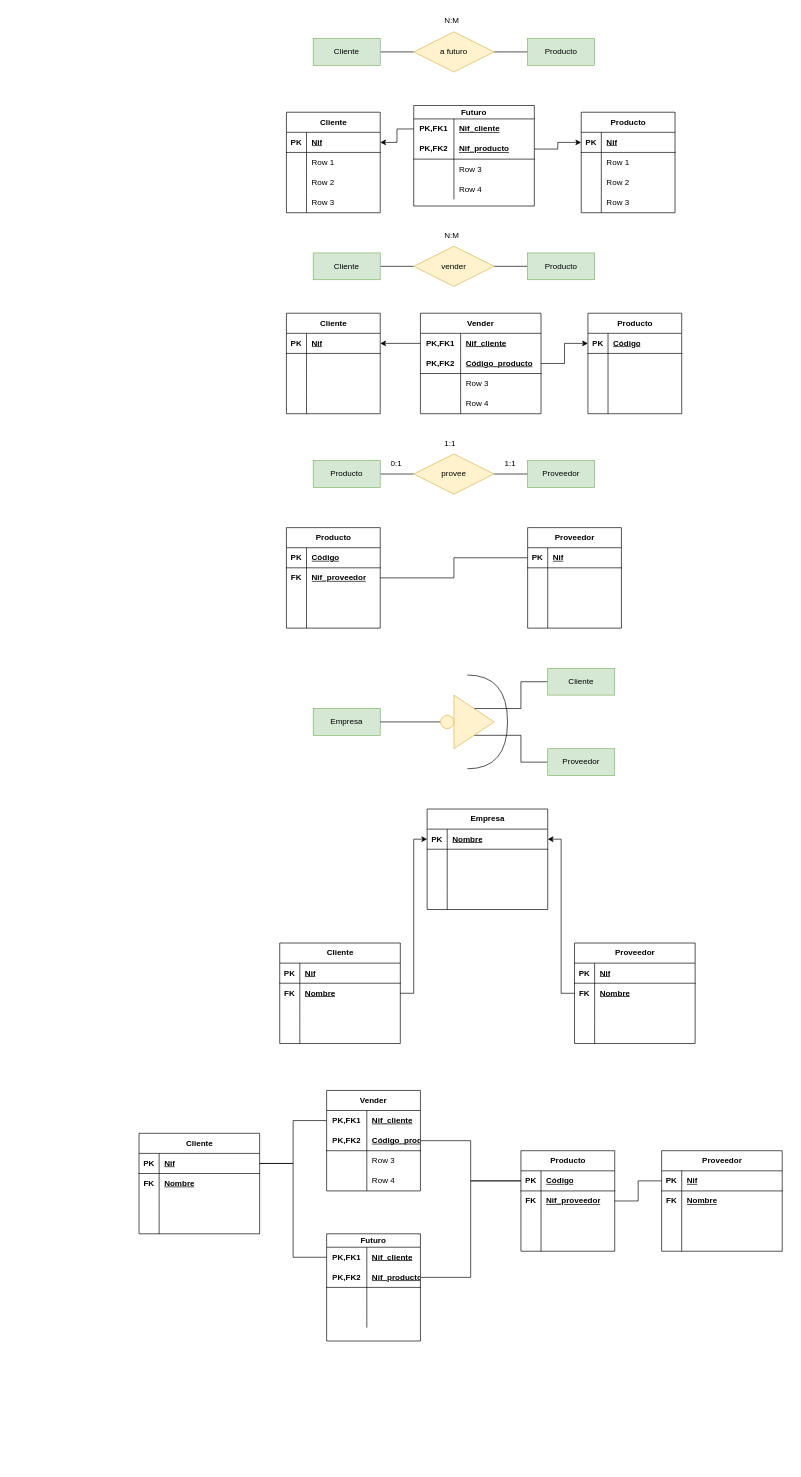
jdrguez/2-Daw keeps this draw.io diagram as Unidad-1/Tareas/Tarea-empresa/empresa.drawio. Above is the earlier version. Source tidied: cells renumbered, new cells numbered last; positions are measured from the earlier drawing's top-left corner, leaving out a move shared by most shapes. Both pictures are drawn from the tidied source at 67%, with x=0, y=0 at pixel (139, 11).
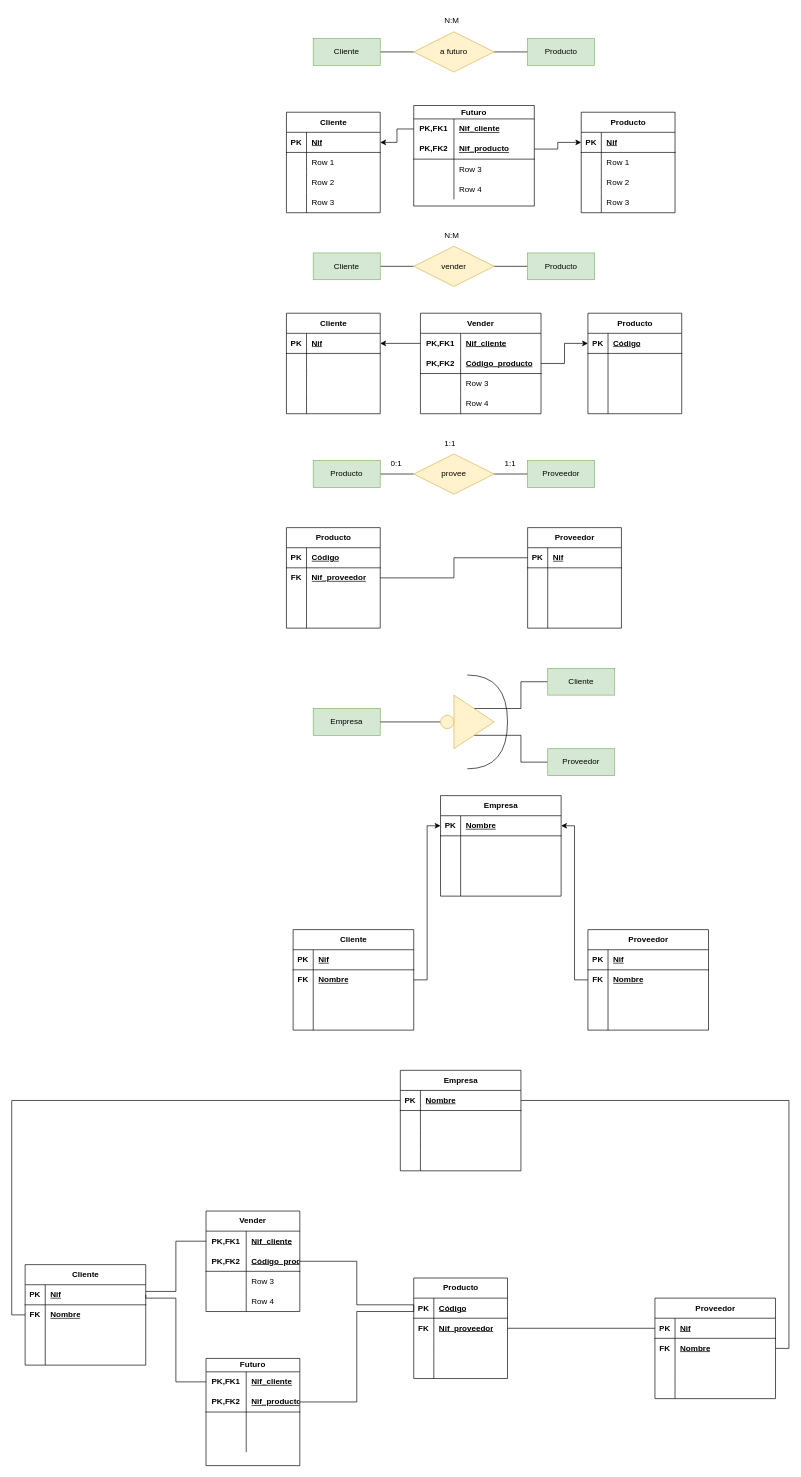
Above is the later version.

Unchanged cells that the change refers to:
```xml
<mxCell id="183" style="shape=tableRow;horizontal=0;startSize=0;swimlaneHead=0;swimlaneBody=0;fillColor=none;points=[[0,0.5],[1,0.5]];portConstraint=eastwest;top=0;left=0;right=0;bottom=1;" parent="182" vertex="1">
  <mxGeometry y="30" width="140" height="30" as="geometry" />
</mxCell>
<mxCell id="199" style="shape=tableRow;horizontal=0;startSize=0;swimlaneHead=0;swimlaneBody=0;fillColor=none;points=[[0,0.5],[1,0.5]];portConstraint=eastwest;top=0;left=0;right=0;bottom=0;" parent="195" vertex="1">
  <mxGeometry y="60" width="180" height="30" as="geometry" />
</mxCell>
<mxCell id="223" style="shape=tableRow;horizontal=0;startSize=0;swimlaneHead=0;swimlaneBody=0;fillColor=none;points=[[0,0.5],[1,0.5]];portConstraint=eastwest;top=0;left=0;right=0;bottom=0;html=1;" parent="222" vertex="1">
  <mxGeometry y="30" width="140" height="30" as="geometry" />
</mxCell>
<mxCell id="226" style="shape=tableRow;horizontal=0;startSize=0;swimlaneHead=0;swimlaneBody=0;fillColor=none;points=[[0,0.5],[1,0.5]];portConstraint=eastwest;top=0;left=0;right=0;bottom=1;html=1;" parent="222" vertex="1">
  <mxGeometry y="60" width="140" height="30" as="geometry" />
</mxCell>
<mxCell id="236" style="shape=tableRow;horizontal=0;startSize=0;swimlaneHead=0;swimlaneBody=0;fillColor=none;points=[[0,0.5],[1,0.5]];portConstraint=eastwest;top=0;left=0;right=0;bottom=0;html=1;" parent="235" vertex="1">
  <mxGeometry y="20" width="140" height="30" as="geometry" />
</mxCell>
<mxCell id="239" style="shape=tableRow;horizontal=0;startSize=0;swimlaneHead=0;swimlaneBody=0;fillColor=none;points=[[0,0.5],[1,0.5]];portConstraint=eastwest;top=0;left=0;right=0;bottom=1;html=1;" parent="235" vertex="1">
  <mxGeometry y="50" width="140" height="30" as="geometry" />
</mxCell>
```

Change to the diagram source:
```diff
@@
     <mxCell id="141" value="Empresa" style="shape=table;startSize=30;childLayout=tableLayout;rowLines=0;fontStyle=1;align=center;html=1;" parent="1" vertex="1">
-      <mxGeometry x="430" y="1190" width="180" height="150" as="geometry" />
+      <mxGeometry x="450" y="1170" width="180" height="150" as="geometry" />
     </mxCell>
@@
     <mxCell id="154" value="Cliente" style="shape=table;startSize=30;childLayout=tableLayout;rowLines=0;fontStyle=1;align=center;html=1;" parent="1" vertex="1">
-      <mxGeometry x="210" y="1390" width="180" height="150" as="geometry" />
+      <mxGeometry x="230" y="1370" width="180" height="150" as="geometry" />
     </mxCell>
@@
     <mxCell id="167" value="Proveedor" style="shape=table;startSize=30;childLayout=tableLayout;rowLines=0;fontStyle=1;align=center;html=1;" parent="1" vertex="1">
-      <mxGeometry x="650" y="1390" width="180" height="150" as="geometry" />
+      <mxGeometry x="670" y="1370" width="180" height="150" as="geometry" />
     </mxCell>
@@
     <mxCell id="182" value="Producto" style="shape=table;startSize=30;childLayout=tableLayout;rowLines=0;fontStyle=1;align=center;html=1;" parent="1" vertex="1">
-      <mxGeometry x="570" y="1700" width="140" height="150" as="geometry" />
+      <mxGeometry x="410" y="1890" width="140" height="150" as="geometry" />
     </mxCell>
@@
     <mxCell id="195" value="Proveedor" style="shape=table;startSize=30;childLayout=tableLayout;rowLines=0;fontStyle=1;align=center;html=1;" parent="1" vertex="1">
-      <mxGeometry x="780" y="1700" width="180" height="150" as="geometry" />
+      <mxGeometry x="770" y="1920" width="180" height="150" as="geometry" />
     </mxCell>
@@
-    <mxCell id="209" value="Cliente" style="shape=table;startSize=30;childLayout=tableLayout;rowLines=0;fontStyle=1;align=center;html=1;" parent="1" vertex="1">
-      <mxGeometry y="1674" width="180" height="150" as="geometry" />
-    </mxCell>
-    <mxCell id="210" style="shape=tableRow;horizontal=0;startSize=0;swimlaneHead=0;swimlaneBody=0;fillColor=none;points=[[0,0.5],[1,0.5]];portConstraint=eastwest;top=0;left=0;right=0;bottom=1;" parent="209" vertex="1">
-      <mxGeometry y="30" width="180" height="30" as="geometry" />
-    </mxCell>
-    <mxCell id="211" value="PK" style="shape=partialRectangle;fillColor=none;top=0;left=0;bottom=0;right=0;fontStyle=1;overflow=hidden;whiteSpace=wrap;html=1;" parent="210" vertex="1">
-      <mxGeometry width="30" height="30" as="geometry" />
-    </mxCell>
-    <mxCell id="212" value="Nif" style="shape=partialRectangle;fillColor=none;top=0;left=0;bottom=0;right=0;align=left;spacingLeft=6;fontStyle=5;overflow=hidden;whiteSpace=wrap;html=1;" parent="210" vertex="1">
-      <mxGeometry x="30" width="150" height="30" as="geometry" />
-    </mxCell>
-    <mxCell id="213" style="shape=tableRow;horizontal=0;startSize=0;swimlaneHead=0;swimlaneBody=0;fillColor=none;top=0;left=0;right=0;bottom=0;" parent="209" vertex="1">
-      <mxGeometry y="60" width="180" height="30" as="geometry" />
-    </mxCell>
-    <mxCell id="214" value="&lt;b&gt;FK&lt;/b&gt;" style="shape=partialRectangle;fillColor=none;top=0;left=0;bottom=0;right=0;overflow=hidden;whiteSpace=wrap;html=1;" parent="213" vertex="1">
-      <mxGeometry width="30" height="30" as="geometry" />
-    </mxCell>
-    <mxCell id="215" value="&lt;b&gt;&lt;u&gt;Nombre&lt;/u&gt;&lt;/b&gt;" style="shape=partialRectangle;fillColor=none;top=0;left=0;bottom=0;right=0;align=left;spacingLeft=6;overflow=hidden;whiteSpace=wrap;html=1;" parent="213" vertex="1">
-      <mxGeometry x="30" width="150" height="30" as="geometry" />
-    </mxCell>
-    <mxCell id="216" style="shape=tableRow;horizontal=0;startSize=0;swimlaneHead=0;swimlaneBody=0;fillColor=none;top=0;left=0;right=0;bottom=0;" parent="209" vertex="1">
-      <mxGeometry y="90" width="180" height="30" as="geometry" />
-    </mxCell>
-    <mxCell id="217" style="shape=partialRectangle;fillColor=none;top=0;left=0;bottom=0;right=0;overflow=hidden;whiteSpace=wrap;html=1;" parent="216" vertex="1">
-      <mxGeometry width="30" height="30" as="geometry" />
-    </mxCell>
-    <mxCell id="218" style="shape=partialRectangle;fillColor=none;top=0;left=0;bottom=0;right=0;align=left;spacingLeft=6;overflow=hidden;whiteSpace=wrap;html=1;" parent="216" vertex="1">
-      <mxGeometry x="30" width="150" height="30" as="geometry" />
-    </mxCell>
-    <mxCell id="219" style="shape=tableRow;horizontal=0;startSize=0;swimlaneHead=0;swimlaneBody=0;fillColor=none;top=0;left=0;right=0;bottom=0;" parent="209" vertex="1">
-      <mxGeometry y="120" width="180" height="30" as="geometry" />
-    </mxCell>
-    <mxCell id="220" style="shape=partialRectangle;fillColor=none;top=0;left=0;bottom=0;right=0;overflow=hidden;whiteSpace=wrap;html=1;" parent="219" vertex="1">
-      <mxGeometry width="30" height="30" as="geometry" />
-    </mxCell>
-    <mxCell id="221" style="shape=partialRectangle;fillColor=none;top=0;left=0;bottom=0;right=0;align=left;spacingLeft=6;overflow=hidden;whiteSpace=wrap;html=1;" parent="219" vertex="1">
-      <mxGeometry x="30" width="150" height="30" as="geometry" />
-    </mxCell>
     <mxCell id="222" value="Vender" style="shape=table;startSize=30;childLayout=tableLayout;rowLines=0;fontStyle=1;align=center;html=1;whiteSpace=wrap;" parent="1" vertex="1">
-      <mxGeometry x="280" y="1610" width="140" height="150" as="geometry" />
+      <mxGeometry x="100" y="1790" width="140" height="150" as="geometry" />
     </mxCell>
@@
     <mxCell id="235" value="Futuro" style="shape=table;startSize=20;childLayout=tableLayout;rowLines=0;fontStyle=1;align=center;html=1;whiteSpace=wrap;" parent="1" vertex="1">
-      <mxGeometry x="280" y="1824" width="140" height="160" as="geometry" />
+      <mxGeometry x="100" y="2010" width="140" height="160" as="geometry" />
     </mxCell>
@@
-    <mxCell id="248" style="edgeStyle=orthogonalEdgeStyle;rounded=0;jettySize=auto;html=1;exitX=1;exitY=0.5;exitDx=0;exitDy=0;entryX=0;entryY=0.5;entryDx=0;entryDy=0;endArrow=none;endFill=0;" parent="1" edge="1" source="210" target="223">
-      <mxGeometry relative="1" as="geometry" />
-    </mxCell>
-    <mxCell id="249" style="edgeStyle=orthogonalEdgeStyle;rounded=0;jettySize=auto;html=1;exitX=1;exitY=0.5;exitDx=0;exitDy=0;entryX=0;entryY=0.5;entryDx=0;entryDy=0;endArrow=none;endFill=0;" parent="1" edge="1" source="210" target="236">
-      <mxGeometry relative="1" as="geometry" />
-    </mxCell>
     <mxCell id="250" style="edgeStyle=orthogonalEdgeStyle;rounded=0;jettySize=auto;html=1;exitX=1;exitY=0.5;exitDx=0;exitDy=0;entryX=0;entryY=0.5;entryDx=0;entryDy=0;endArrow=none;endFill=0;" parent="1" edge="1" source="226" target="183">
-      <mxGeometry relative="1" as="geometry" />
+      <mxGeometry relative="1" as="geometry">
+        <Array as="points">
+          <mxPoint x="325" y="1865" />
+          <mxPoint x="325" y="1930" />
+          <mxPoint x="410" y="1930" />
+        </Array>
+      </mxGeometry>
     </mxCell>
     <mxCell id="251" style="edgeStyle=orthogonalEdgeStyle;rounded=0;jettySize=auto;html=1;exitX=1;exitY=0.5;exitDx=0;exitDy=0;entryX=0;entryY=0.5;entryDx=0;entryDy=0;endArrow=none;endFill=0;" parent="1" edge="1" source="239" target="183">
-      <mxGeometry relative="1" as="geometry" />
+      <mxGeometry relative="1" as="geometry">
+        <Array as="points">
+          <mxPoint x="325" y="2075" />
+          <mxPoint x="325" y="1940" />
+          <mxPoint x="410" y="1940" />
+        </Array>
+      </mxGeometry>
     </mxCell>
+    <mxCell id="252" value="Empresa" style="shape=table;startSize=30;childLayout=tableLayout;rowLines=0;fontStyle=1;align=center;html=1;" parent="1" vertex="1">
+      <mxGeometry x="390" y="1580" width="180" height="150" as="geometry" />
+    </mxCell>
+    <mxCell id="253" style="shape=tableRow;horizontal=0;startSize=0;swimlaneHead=0;swimlaneBody=0;fillColor=none;points=[[0,0.5],[1,0.5]];portConstraint=eastwest;top=0;left=0;right=0;bottom=1;" parent="252" vertex="1">
+      <mxGeometry y="30" width="180" height="30" as="geometry" />
+    </mxCell>
+    <mxCell id="254" value="PK" style="shape=partialRectangle;fillColor=none;top=0;left=0;bottom=0;right=0;fontStyle=1;overflow=hidden;whiteSpace=wrap;html=1;" parent="253" vertex="1">
+      <mxGeometry width="30" height="30" as="geometry" />
+    </mxCell>
+    <mxCell id="255" value="Nombre" style="shape=partialRectangle;fillColor=none;top=0;left=0;bottom=0;right=0;align=left;spacingLeft=6;fontStyle=5;overflow=hidden;whiteSpace=wrap;html=1;" parent="253" vertex="1">
+      <mxGeometry x="30" width="150" height="30" as="geometry" />
+    </mxCell>
+    <mxCell id="256" style="shape=tableRow;horizontal=0;startSize=0;swimlaneHead=0;swimlaneBody=0;fillColor=none;top=0;left=0;right=0;bottom=0;" parent="252" vertex="1">
+      <mxGeometry y="60" width="180" height="30" as="geometry" />
+    </mxCell>
+    <mxCell id="257" style="shape=partialRectangle;fillColor=none;top=0;left=0;bottom=0;right=0;overflow=hidden;whiteSpace=wrap;html=1;" parent="256" vertex="1">
+      <mxGeometry width="30" height="30" as="geometry" />
+    </mxCell>
+    <mxCell id="258" style="shape=partialRectangle;fillColor=none;top=0;left=0;bottom=0;right=0;align=left;spacingLeft=6;overflow=hidden;whiteSpace=wrap;html=1;" parent="256" vertex="1">
+      <mxGeometry x="30" width="150" height="30" as="geometry" />
+    </mxCell>
+    <mxCell id="259" style="shape=tableRow;horizontal=0;startSize=0;swimlaneHead=0;swimlaneBody=0;fillColor=none;top=0;left=0;right=0;bottom=0;" parent="252" vertex="1">
+      <mxGeometry y="90" width="180" height="30" as="geometry" />
+    </mxCell>
+    <mxCell id="260" style="shape=partialRectangle;fillColor=none;top=0;left=0;bottom=0;right=0;overflow=hidden;whiteSpace=wrap;html=1;" parent="259" vertex="1">
+      <mxGeometry width="30" height="30" as="geometry" />
+    </mxCell>
+    <mxCell id="261" style="shape=partialRectangle;fillColor=none;top=0;left=0;bottom=0;right=0;align=left;spacingLeft=6;overflow=hidden;whiteSpace=wrap;html=1;" parent="259" vertex="1">
+      <mxGeometry x="30" width="150" height="30" as="geometry" />
+    </mxCell>
+    <mxCell id="262" style="shape=tableRow;horizontal=0;startSize=0;swimlaneHead=0;swimlaneBody=0;fillColor=none;top=0;left=0;right=0;bottom=0;" parent="252" vertex="1">
+      <mxGeometry y="120" width="180" height="30" as="geometry" />
+    </mxCell>
+    <mxCell id="263" style="shape=partialRectangle;fillColor=none;top=0;left=0;bottom=0;right=0;overflow=hidden;whiteSpace=wrap;html=1;" parent="262" vertex="1">
+      <mxGeometry width="30" height="30" as="geometry" />
+    </mxCell>
+    <mxCell id="264" style="shape=partialRectangle;fillColor=none;top=0;left=0;bottom=0;right=0;align=left;spacingLeft=6;overflow=hidden;whiteSpace=wrap;html=1;" parent="262" vertex="1">
+      <mxGeometry x="30" width="150" height="30" as="geometry" />
+    </mxCell>
+    <mxCell id="209" value="Cliente" style="shape=table;startSize=30;childLayout=tableLayout;rowLines=0;fontStyle=1;align=center;html=1;" parent="1" vertex="1">
+      <mxGeometry x="-170" y="1870" width="180" height="150" as="geometry" />
+    </mxCell>
+    <mxCell id="265" style="shape=tableRow;horizontal=0;startSize=0;swimlaneHead=0;swimlaneBody=0;fillColor=none;points=[[0,0.5],[1,0.5]];portConstraint=eastwest;top=0;left=0;right=0;bottom=1;" parent="209" vertex="1">
+      <mxGeometry y="30" width="180" height="30" as="geometry" />
+    </mxCell>
+    <mxCell id="266" value="PK" style="shape=partialRectangle;fillColor=none;top=0;left=0;bottom=0;right=0;fontStyle=1;overflow=hidden;whiteSpace=wrap;html=1;" parent="265" vertex="1">
+      <mxGeometry width="30" height="30" as="geometry" />
+    </mxCell>
+    <mxCell id="212" value="Nif" style="shape=partialRectangle;fillColor=none;top=0;left=0;bottom=0;right=0;align=left;spacingLeft=6;fontStyle=5;overflow=hidden;whiteSpace=wrap;html=1;" parent="265" vertex="1">
+      <mxGeometry x="30" width="150" height="30" as="geometry" />
+    </mxCell>
+    <mxCell id="267" style="shape=tableRow;horizontal=0;startSize=0;swimlaneHead=0;swimlaneBody=0;fillColor=none;points=[[0,0.5],[1,0.5]];portConstraint=eastwest;top=0;left=0;right=0;bottom=0;" parent="209" vertex="1">
+      <mxGeometry y="60" width="180" height="30" as="geometry" />
+    </mxCell>
+    <mxCell id="214" value="&lt;b&gt;FK&lt;/b&gt;" style="shape=partialRectangle;fillColor=none;top=0;left=0;bottom=0;right=0;overflow=hidden;whiteSpace=wrap;html=1;" parent="267" vertex="1">
+      <mxGeometry width="30" height="30" as="geometry" />
+    </mxCell>
+    <mxCell id="215" value="&lt;b&gt;&lt;u&gt;Nombre&lt;/u&gt;&lt;/b&gt;" style="shape=partialRectangle;fillColor=none;top=0;left=0;bottom=0;right=0;align=left;spacingLeft=6;overflow=hidden;whiteSpace=wrap;html=1;" parent="267" vertex="1">
+      <mxGeometry x="30" width="150" height="30" as="geometry" />
+    </mxCell>
+    <mxCell id="268" style="shape=tableRow;horizontal=0;startSize=0;swimlaneHead=0;swimlaneBody=0;fillColor=none;top=0;left=0;right=0;bottom=0;" parent="209" vertex="1">
+      <mxGeometry y="90" width="180" height="30" as="geometry" />
+    </mxCell>
+    <mxCell id="269" style="shape=partialRectangle;fillColor=none;top=0;left=0;bottom=0;right=0;overflow=hidden;whiteSpace=wrap;html=1;" parent="268" vertex="1">
+      <mxGeometry width="30" height="30" as="geometry" />
+    </mxCell>
+    <mxCell id="270" style="shape=partialRectangle;fillColor=none;top=0;left=0;bottom=0;right=0;align=left;spacingLeft=6;overflow=hidden;whiteSpace=wrap;html=1;" parent="268" vertex="1">
+      <mxGeometry x="30" width="150" height="30" as="geometry" />
+    </mxCell>
+    <mxCell id="271" style="shape=tableRow;horizontal=0;startSize=0;swimlaneHead=0;swimlaneBody=0;fillColor=none;top=0;left=0;right=0;bottom=0;" parent="209" vertex="1">
+      <mxGeometry y="120" width="180" height="30" as="geometry" />
+    </mxCell>
+    <mxCell id="272" style="shape=partialRectangle;fillColor=none;top=0;left=0;bottom=0;right=0;overflow=hidden;whiteSpace=wrap;html=1;" parent="271" vertex="1">
+      <mxGeometry width="30" height="30" as="geometry" />
+    </mxCell>
+    <mxCell id="273" style="shape=partialRectangle;fillColor=none;top=0;left=0;bottom=0;right=0;align=left;spacingLeft=6;overflow=hidden;whiteSpace=wrap;html=1;" parent="271" vertex="1">
+      <mxGeometry x="30" width="150" height="30" as="geometry" />
+    </mxCell>
+    <mxCell id="274" style="edgeStyle=orthogonalEdgeStyle;rounded=0;jettySize=auto;html=1;exitX=0;exitY=0.5;exitDx=0;exitDy=0;entryX=0;entryY=0.5;entryDx=0;entryDy=0;endArrow=none;endFill=0;" parent="1" edge="1" source="267" target="253">
+      <mxGeometry relative="1" as="geometry" />
+    </mxCell>
+    <mxCell id="275" style="edgeStyle=orthogonalEdgeStyle;rounded=0;jettySize=auto;html=1;entryX=0;entryY=0.5;entryDx=0;entryDy=0;endArrow=none;endFill=0;" parent="1" edge="1" source="265" target="223">
+      <mxGeometry relative="1" as="geometry">
+        <Array as="points">
+          <mxPoint x="55" y="1910" />
+          <mxPoint x="55" y="1835" />
+        </Array>
+      </mxGeometry>
+    </mxCell>
+    <mxCell id="276" style="edgeStyle=orthogonalEdgeStyle;rounded=0;jettySize=auto;html=1;exitX=1;exitY=0.5;exitDx=0;exitDy=0;entryX=1;entryY=0.5;entryDx=0;entryDy=0;endArrow=none;endFill=0;" parent="1" edge="1" source="199" target="253">
+      <mxGeometry relative="1" as="geometry" />
+    </mxCell>
+    <mxCell id="277" style="edgeStyle=orthogonalEdgeStyle;rounded=0;jettySize=auto;html=1;exitX=1;exitY=0.5;exitDx=0;exitDy=0;entryX=0;entryY=0.5;entryDx=0;entryDy=0;endArrow=none;endFill=0;" parent="1" edge="1" source="265" target="236">
+      <mxGeometry relative="1" as="geometry">
+        <Array as="points">
+          <mxPoint x="10" y="1920" />
+          <mxPoint x="55" y="1920" />
+          <mxPoint x="55" y="2045" />
+        </Array>
+      </mxGeometry>
+    </mxCell>
```
